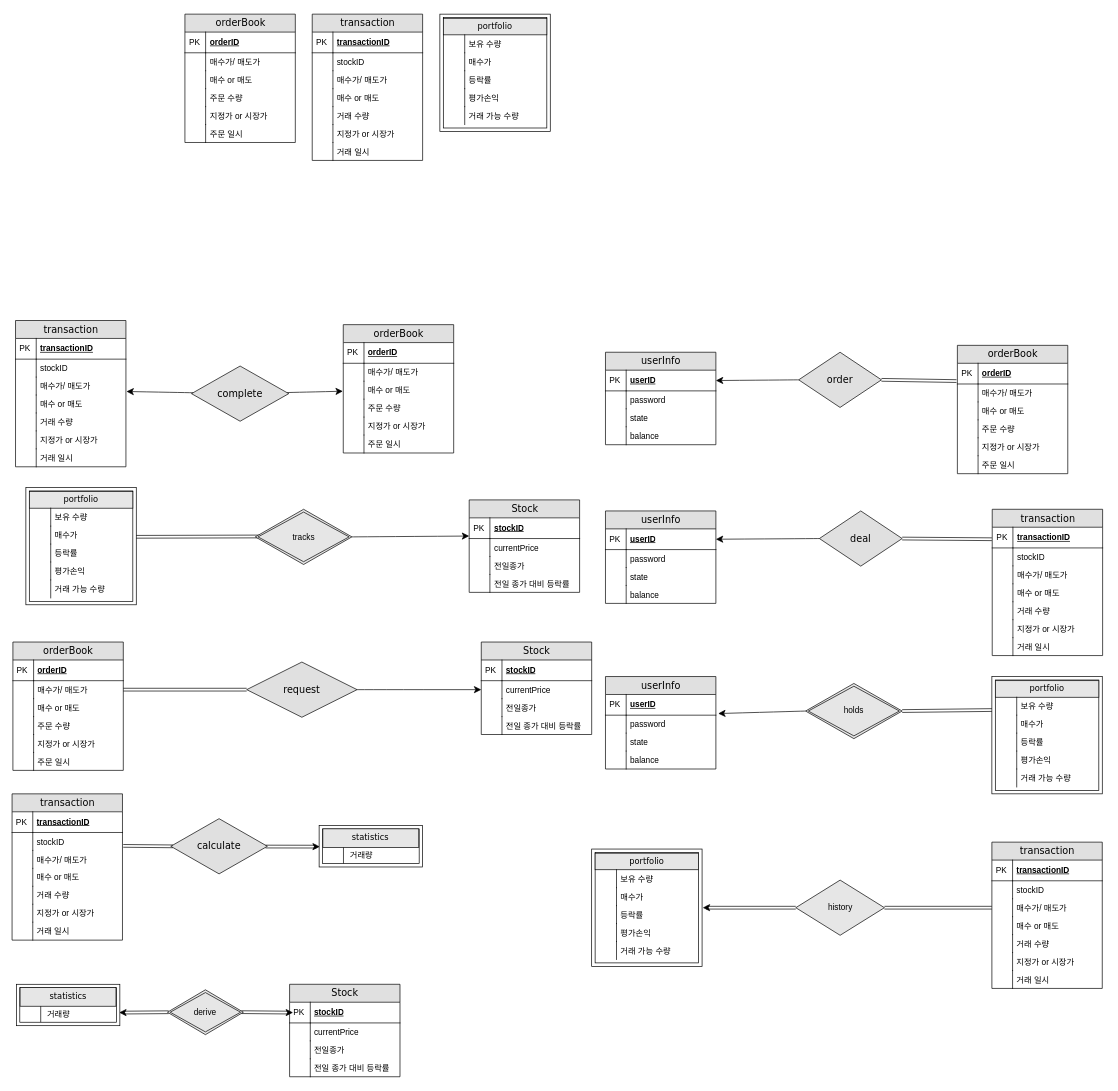
The draw.io diagram page "ER diagram 분리" (3 of 4) of 제목 없는 다이어그램.drawio in juri1135/DBMS_2024, before the edit. Source tidied: cells renumbered, new cells numbered last; positions are measured from the earlier drawing's top-left corner, leaving out a move shared by most shapes. Both pictures are drawn from the tidied source at 69%, with x=0, y=0 at pixel (12, 14).
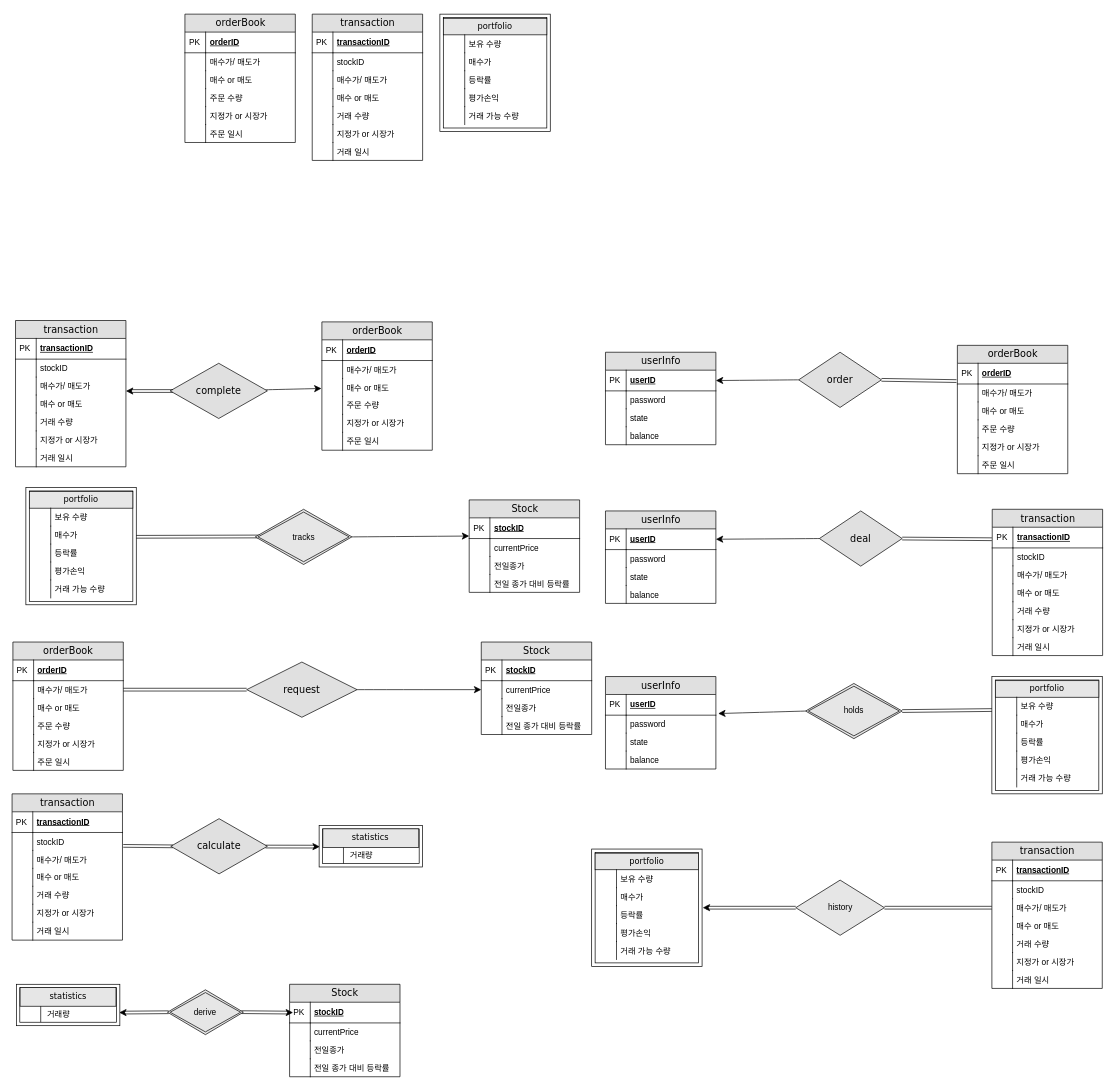
After the change.

Unchanged cells that the change refers to:
```xml
<mxCell id="129" value="매수가/ 매도가" style="shape=partialRectangle;top=0;left=0;right=0;bottom=0;html=1;align=left;verticalAlign=top;fillColor=none;spacingLeft=34;spacingRight=4;whiteSpace=wrap;overflow=hidden;points=[[0,0.5],[1,0.5]];portConstraint=eastwest;" parent="124" vertex="1">
  <mxGeometry y="82" width="160" height="26" as="geometry" />
</mxCell>
```

What changed in the source:
```diff
@@
     <mxCell id="2" style="edgeStyle=none;curved=1;rounded=0;jettySize=auto;html=1;entryX=-0.004;entryY=1.173;entryDx=0;entryDy=0;fontSize=12;startSize=8;endSize=8;entryPerimeter=0;" parent="1" edge="1" source="3">
       <mxGeometry relative="1" as="geometry">
-        <mxPoint x="479.4" y="546.5" as="targetPoint" />
+        <mxPoint x="448.4" y="542.5" as="targetPoint" />
       </mxGeometry>
     </mxCell>
     <mxCell id="3" value="complete" style="rhombus;whiteSpace=wrap;html=1;fontSize=14;fontFamily=Verdana;fillColor=#e0e0e0;fontStyle=0;startSize=26;swimlaneFillColor=#ffffff;rounded=0;shadow=0;comic=0;labelBackgroundColor=none;strokeWidth=1;" parent="1" vertex="1">
-      <mxGeometry x="260" y="510" width="141" height="80" as="geometry" />
+      <mxGeometry x="229" y="506" width="141" height="80" as="geometry" />
     </mxCell>
-    <mxCell id="4" style="edgeStyle=none;curved=1;rounded=0;jettySize=auto;html=1;fontSize=12;startSize=8;endSize=8;entryX=1.005;entryY=0.803;entryDx=0;entryDy=0;entryPerimeter=0;" parent="1" edge="1" source="3" target="129">
-      <mxGeometry relative="1" as="geometry" />
-    </mxCell>
@@
     <mxCell id="184" value="orderBook" style="swimlane;html=1;fontStyle=0;horizontal=1;startSize=26;fillColor=#e0e0e0;swimlaneFillColor=#ffffff;align=center;rounded=0;shadow=0;comic=0;labelBackgroundColor=none;strokeWidth=1;fontFamily=Verdana;fontSize=14;" parent="1" vertex="1">
-      <mxGeometry x="480" y="450" width="160" height="186" as="geometry" />
+      <mxGeometry x="449" y="446" width="160" height="186" as="geometry" />
     </mxCell>
@@
+    <mxCell id="273" style="group;rotation=-90;" parent="1" vertex="1">
+      <mxGeometry x="206" y="507.2" width="0.7" height="78.7" as="geometry" />
+    </mxCell>
+    <mxCell id="274" style="group;rotation=-180;" parent="273" vertex="1">
+      <mxGeometry x="-39" y="40" width="78.7" height="0.1" as="geometry" />
+    </mxCell>
+    <mxCell id="275" style="endArrow=classic;html=1;rounded=0;fontSize=12;startSize=8;endSize=8;curved=1;exitX=0.099;exitY=0.035;exitDx=0;exitDy=0;exitPerimeter=0;entryX=0;entryY=0.5;entryDx=0;entryDy=0;" parent="274" edge="1">
+      <mxGeometry relative="1" as="geometry">
+        <mxPoint x="5" y="-1" as="sourcePoint" />
+        <mxPoint x="-2" y="-1" as="targetPoint" />
+      </mxGeometry>
+    </mxCell>
+    <mxCell id="276" style="edgeStyle=none;curved=1;rounded=0;orthogonalLoop=1;jettySize=auto;html=1;fontSize=12;shape=link;strokeColor=default;" parent="273" edge="1">
+      <mxGeometry relative="1" as="geometry">
+        <mxPoint x="27" y="39" as="sourcePoint" />
+        <mxPoint x="-34" y="39" as="targetPoint" />
+      </mxGeometry>
+    </mxCell>
```
